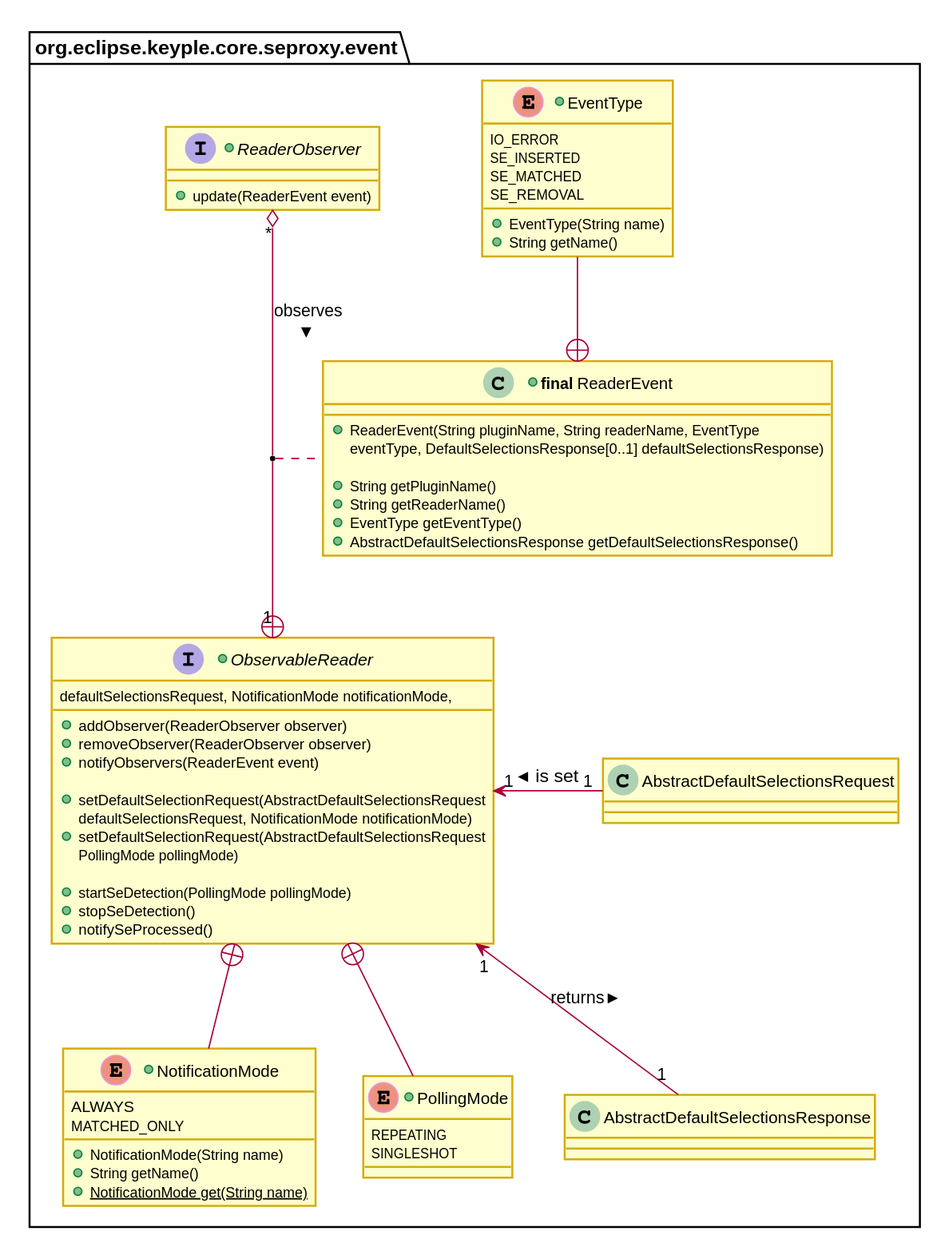
The PlantUML diagram docs/KeypleCoreApi/ApplicationApi/img/KeypleCore_ApplicationApi_ClassDiag_SE_Proxy_ObservablePluginAndReaderEvents_0_8_0_p2.svg in calypsonet/keyple, before a commit.
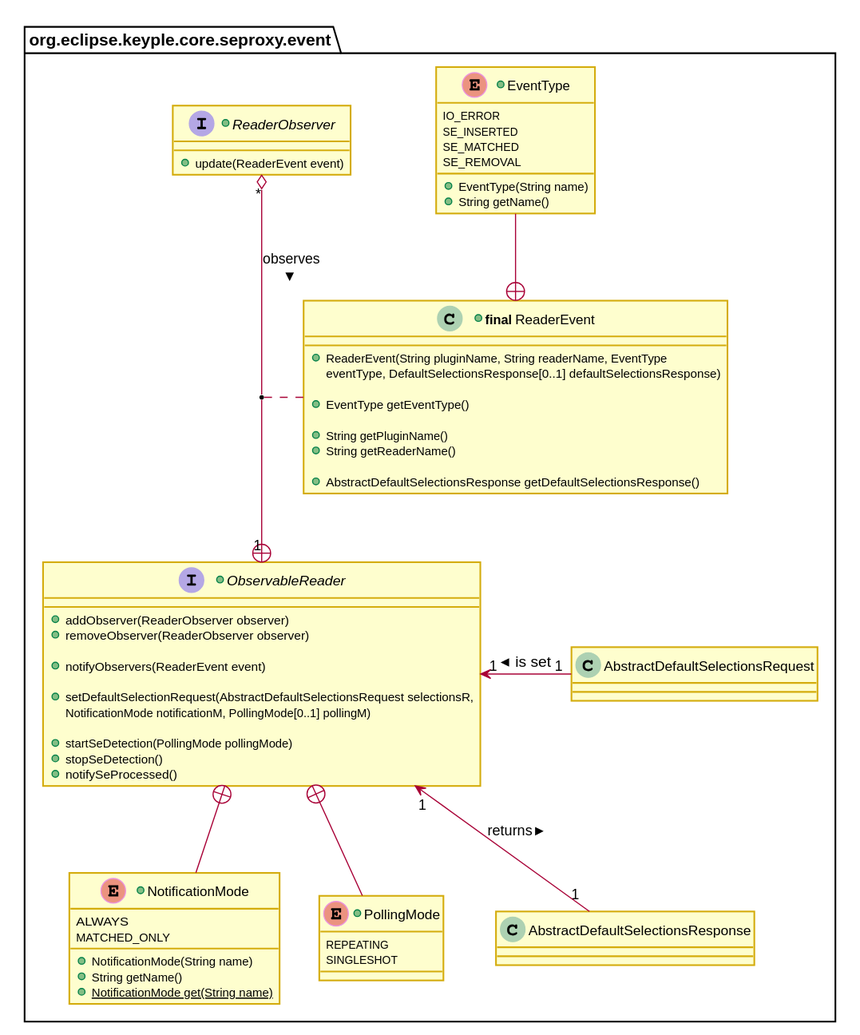
After the commit.

Change to the diagram source:
```diff
@@ -44,9 +44,11 @@
   +ReaderEvent(String pluginName, String readerName, EventType
   eventType, DefaultSelectionsResponse[0..1] defaultSelectionsResponse)
 
+  +EventType getEventType()
+
   +String getPluginName()
   +String getReaderName()
-  +EventType getEventType()
+
   +AbstractDefaultSelectionsResponse getDefaultSelectionsResponse()
 }
 
@@ -71,13 +73,11 @@
 +interface ObservableReader {
   +addObserver(ReaderObserver observer)
   +removeObserver(ReaderObserver observer)
+
   +notifyObservers(ReaderEvent event)
 
-  +setDefaultSelectionRequest(AbstractDefaultSelectionsRequest
-    defaultSelectionsRequest, NotificationMode notificationMode)
-  +setDefaultSelectionRequest(AbstractDefaultSelectionsRequest
-    defaultSelectionsRequest, NotificationMode notificationMode,
-    PollingMode pollingMode)
+  +setDefaultSelectionRequest(AbstractDefaultSelectionsRequest selectionsR,
+      NotificationMode notificationM, PollingMode[0..1] pollingM)
 
   +startSeDetection(PollingMode pollingMode)
   +stopSeDetection()
```
